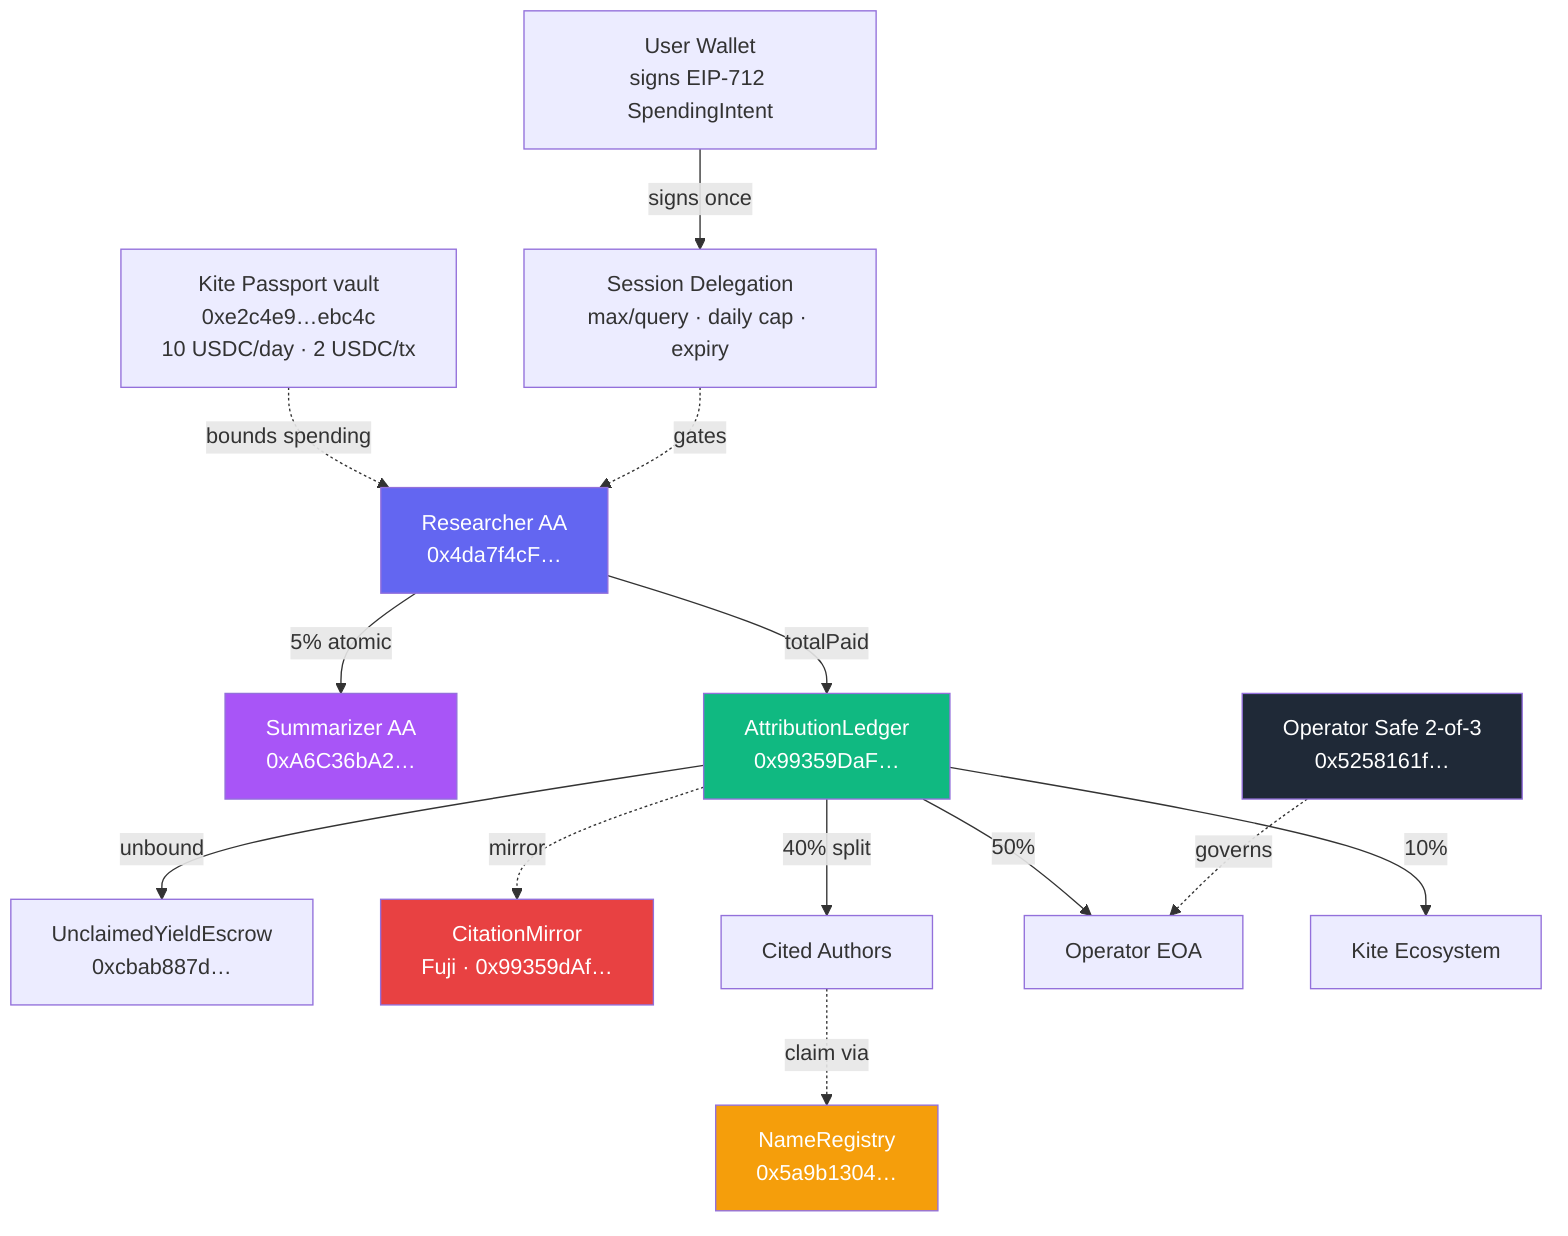
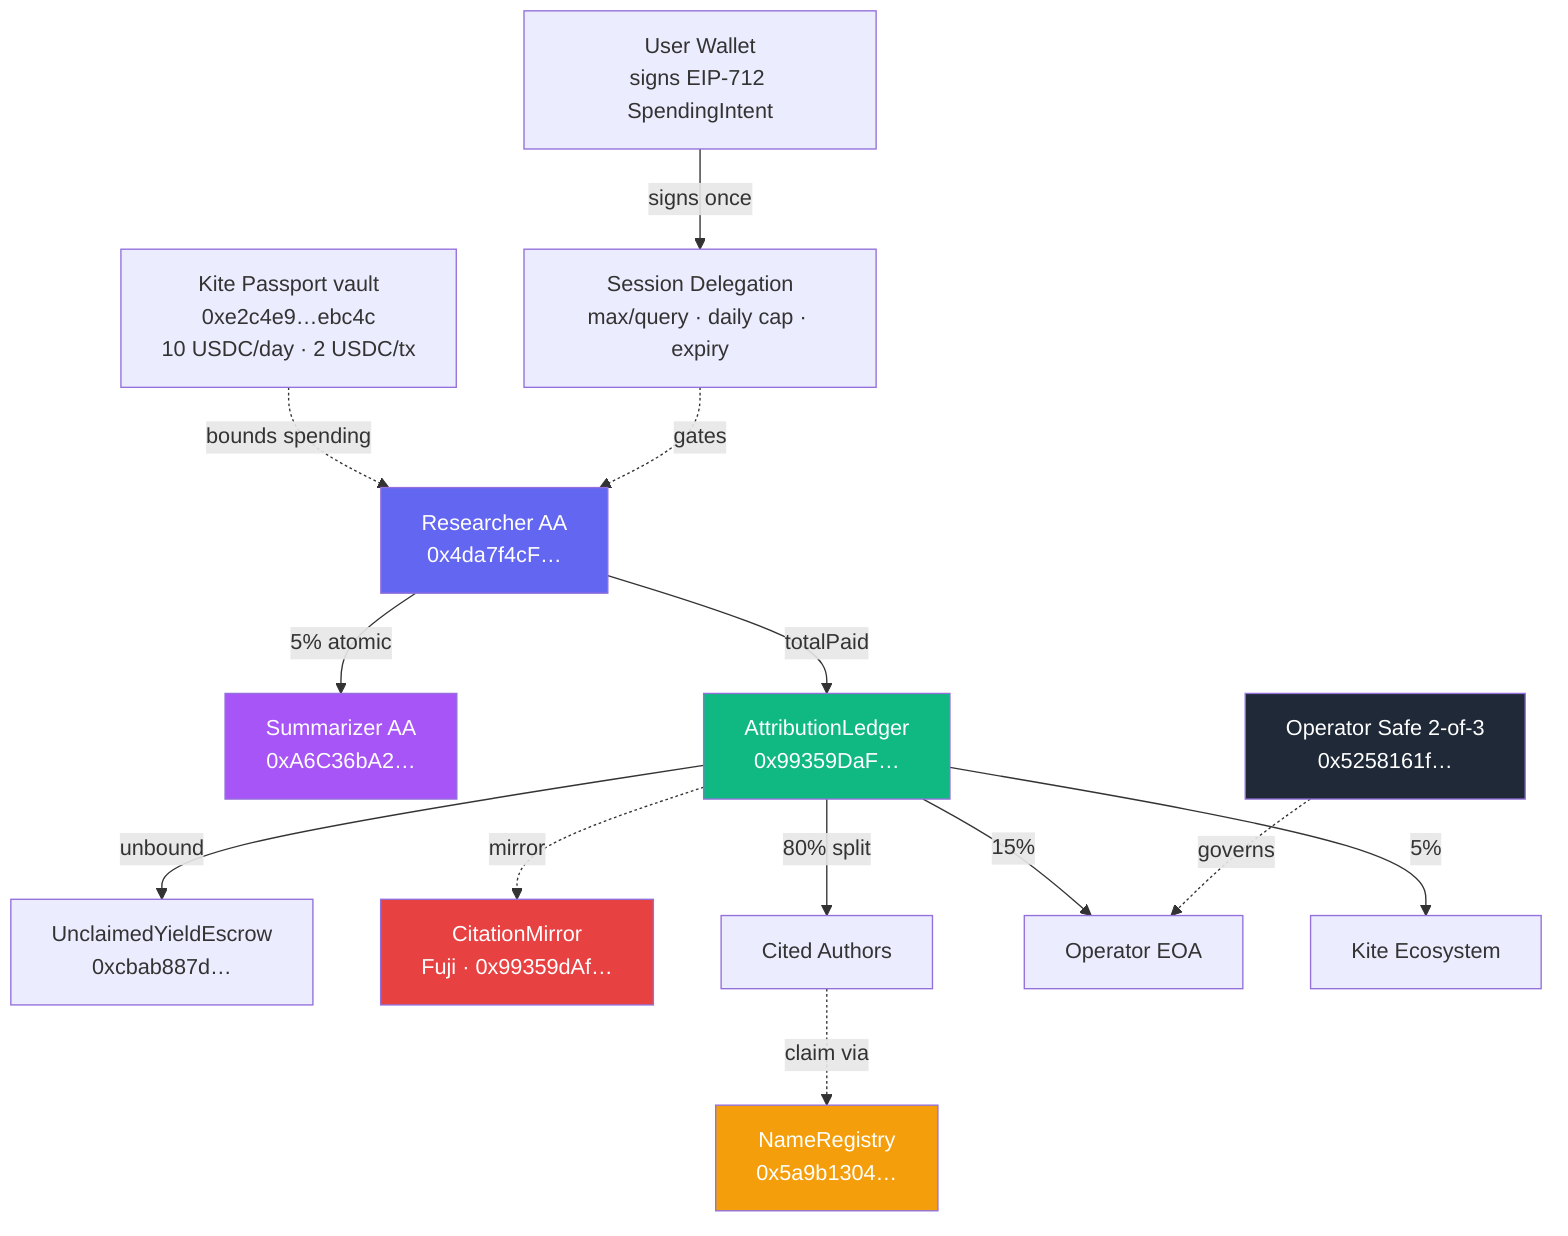
flowchart TB
    User[User Wallet<br/>signs EIP-712 SpendingIntent]
    Passport[Session Delegation<br/>max/query · daily cap · expiry]
    KitePass[Kite Passport vault<br/>0xe2c4e9…ebc4c<br/>10 USDC/day · 2 USDC/tx]
    Researcher[Researcher AA<br/>0x4da7f4cF…]
    Summarizer[Summarizer AA<br/>0xA6C36bA2…]
    Ledger[AttributionLedger<br/>0x99359DaF…]
    NameReg[NameRegistry<br/>0x5a9b1304…]
    Escrow[UnclaimedYieldEscrow<br/>0xcbab887d…]
    Mirror[CitationMirror<br/>Fuji · 0x99359dAf…]
    Safe[Operator Safe 2-of-3<br/>0x5258161f…]

    User --signs once--> Passport
    KitePass -.bounds spending.-> Researcher
    Passport -.gates.-> Researcher
    Researcher --5% atomic--> Summarizer
    Researcher --totalPaid--> Ledger
-     Ledger --40% split--> Authors[Cited Authors]
-     Ledger --50%--> Operator[Operator EOA]
-     Ledger --10%--> Eco[Kite Ecosystem]
+     Ledger --80% split--> Authors[Cited Authors]
+     Ledger --15%--> Operator[Operator EOA]
+     Ledger --5%--> Eco[Kite Ecosystem]
    Authors -.claim via.-> NameReg
    Ledger --unbound--> Escrow
    Ledger -.mirror.-> Mirror
    Safe -.governs.-> Operator

    style Researcher fill:#6366f1,color:#fff
    style Summarizer fill:#a855f7,color:#fff
    style Ledger fill:#10b981,color:#fff
    style NameReg fill:#f59e0b,color:#fff
    style Mirror fill:#e84142,color:#fff
    style Safe fill:#1f2937,color:#fff
